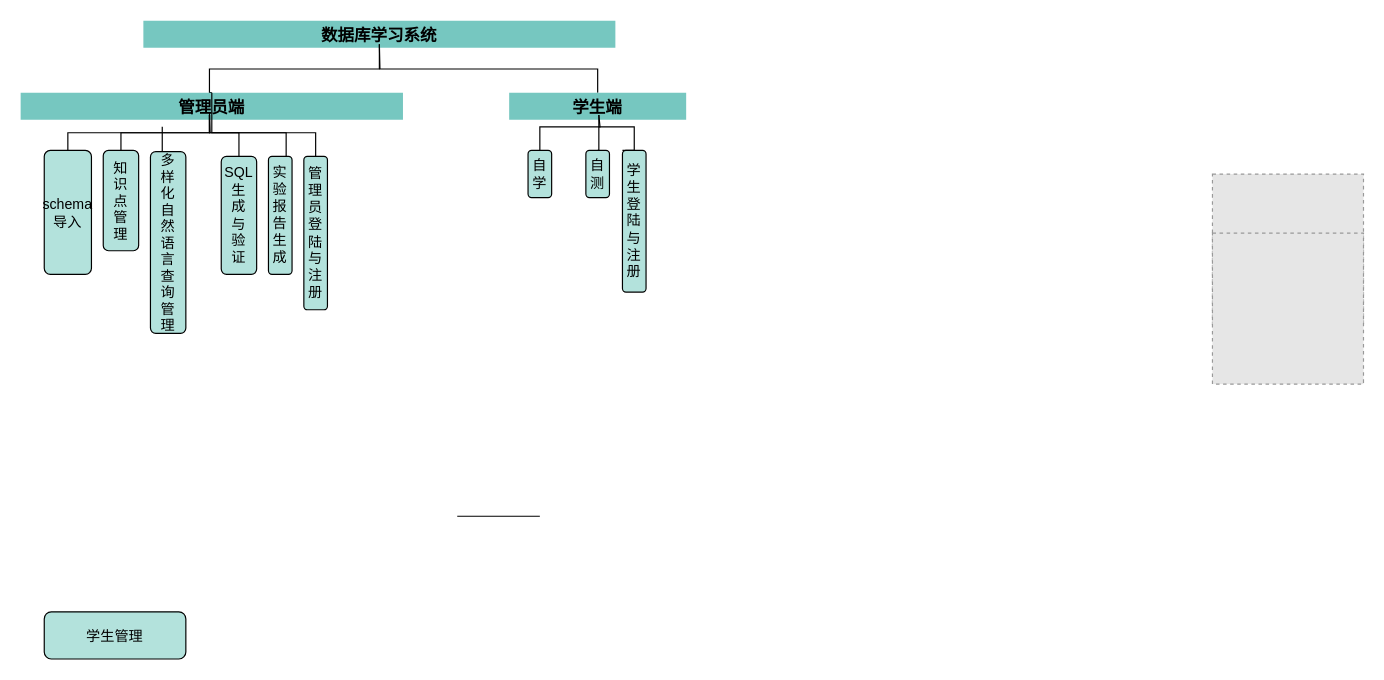
Above: draw/未命名绘图.drawio in White1943/sqlEduFB (draw.io), before the change. Source tidied: cells renumbered, new cells numbered last; positions are measured from the earlier drawing's top-left corner, leaving out a move shared by most shapes. Both pictures are drawn from the tidied source at 118%, with x=0, y=0 at pixel (20, 20). Pictures stored in the file or linked from it are replaced by grey dashed boxes.
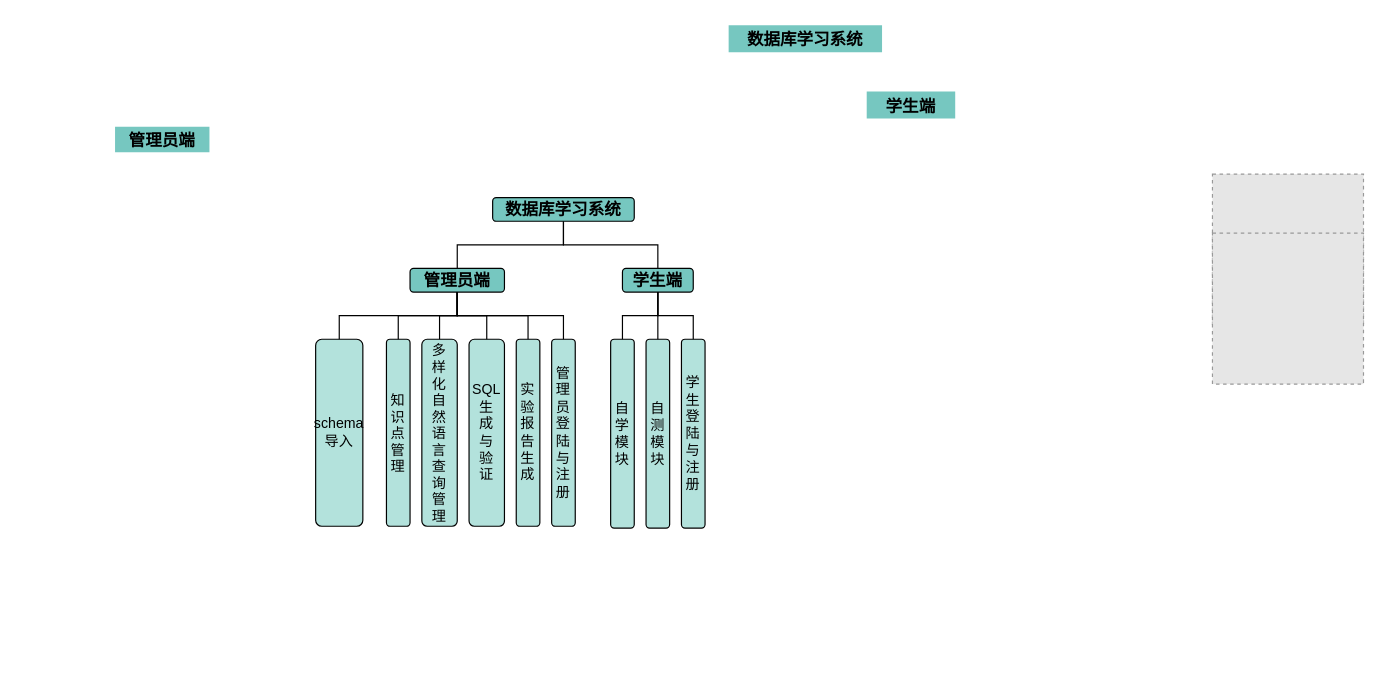
Above is the later version.

Commit message:
更新未命名绘图.drawio

The edit, as a diff of the source:
```diff
@@
     <mxCell id="2" value="数据库学习系统" style="swimlane;fontSize=14;fillColor=#76c7c0;strokeColor=none;" parent="1" vertex="1">
-      <mxGeometry x="104" width="400" height="441" as="geometry" />
+      <mxGeometry x="600" y="3.8" width="130" height="441" as="geometry" />
     </mxCell>
-    <mxCell id="3" style="edgeStyle=orthogonalEdgeStyle;rounded=0;jettySize=auto;html=1;exitX=0.5;exitY=0;exitDx=0;exitDy=0;endArrow=none;startFill=0;" parent="2" edge="1" source="4">
-      <mxGeometry relative="1" as="geometry">
-        <mxPoint x="200" y="20" as="targetPoint" />
-        <Array as="points">
-          <mxPoint x="56" y="61" />
-          <mxPoint x="56" y="41" />
-          <mxPoint x="200" y="41" />
-        </Array>
-      </mxGeometry>
-    </mxCell>
+    <mxCell id="27" style="fillColor=#E6E6E6;strokeColor=#999999;dashed=1;verticalLabelPosition=bottom;labelBackgroundColor=default;verticalAlign=top;" parent="1" vertex="1">
+      <mxGeometry x="1010" y="130" width="128" height="128" as="geometry" />
+    </mxCell>
+    <mxCell id="28" style="fillColor=#E6E6E6;strokeColor=#999999;dashed=1;verticalLabelPosition=bottom;labelBackgroundColor=default;verticalAlign=top;" parent="1" vertex="1">
+      <mxGeometry x="1010" y="180" width="128" height="128" as="geometry" />
+    </mxCell>
+    <mxCell id="19" value="学生端" style="swimlane;fontSize=14;fillColor=#76c7c0;strokeColor=none;" parent="1" vertex="1">
+      <mxGeometry x="717" y="60" width="75" height="30" as="geometry" />
+    </mxCell>
-    <mxCell id="4" value="管理员端" style="swimlane;fontSize=14;fillColor=#76c7c0;strokeColor=none;startSize=23;" parent="2" vertex="1">
-      <mxGeometry x="-104" y="61" width="324" height="380" as="geometry" />
+    <mxCell id="4" value="管理员端" style="swimlane;fontSize=14;fillColor=#76c7c0;strokeColor=none;startSize=23;" parent="1" vertex="1">
+      <mxGeometry x="80" y="90" width="80" height="21.5" as="geometry" />
     </mxCell>
-    <mxCell id="5" style="edgeStyle=orthogonalEdgeStyle;rounded=0;jettySize=auto;html=1;exitX=0.5;exitY=0;exitDx=0;exitDy=0;endArrow=none;endFill=1;startFill=0;" parent="4" edge="1" source="6">
-      <mxGeometry relative="1" as="geometry">
-        <mxPoint x="120" y="29" as="targetPoint" />
-      </mxGeometry>
-    </mxCell>
-    <mxCell id="6" value="多&#10;样&#10;化&#10;自&#10;然&#10;语&#10;言&#10;查&#10;询&#10;管&#10;理" style="rounded=1;fillColor=#b3e2dc;" parent="4" vertex="1">
-      <mxGeometry x="110" y="50" width="30" height="154" as="geometry" />
-    </mxCell>
-    <mxCell id="7" style="edgeStyle=orthogonalEdgeStyle;rounded=0;jettySize=auto;html=1;exitX=0.5;exitY=0;exitDx=0;exitDy=0;endArrow=none;startFill=0;" parent="4" edge="1" source="8">
-      <mxGeometry relative="1" as="geometry">
-        <mxPoint x="160" y="16.5" as="targetPoint" />
-      </mxGeometry>
-    </mxCell>
-    <mxCell id="8" value="SQL&#10;生&#10;成&#10;与&#10;验&#10;证" style="rounded=1;fillColor=#b3e2dc;labelPosition=center;verticalLabelPosition=middle;align=center;verticalAlign=middle;horizontal=1;whiteSpace=wrap;" parent="4" vertex="1">
-      <mxGeometry x="170" y="54" width="30" height="100" as="geometry" />
+    <mxCell id="8" value="SQL&#10;生&#10;成&#10;与&#10;验&#10;证" style="rounded=1;fillColor=#b3e2dc;labelPosition=center;verticalLabelPosition=middle;align=center;verticalAlign=middle;horizontal=1;whiteSpace=wrap;" parent="1" vertex="1">
+      <mxGeometry x="380" y="270" width="30" height="158.5" as="geometry" />
     </mxCell>
-    <mxCell id="9" value="实&#10;验报告生成" style="rounded=1;fillColor=#b3e2dc;labelPosition=center;verticalLabelPosition=middle;align=center;verticalAlign=top;whiteSpace=wrap;textDirection=ltr;" parent="4" vertex="1">
-      <mxGeometry x="210" y="54" width="20" height="100" as="geometry" />
+    <mxCell id="9" value="实&#10;验报告生成" style="rounded=1;fillColor=#b3e2dc;labelPosition=center;verticalLabelPosition=middle;align=center;verticalAlign=middle;whiteSpace=wrap;" parent="1" vertex="1">
+      <mxGeometry x="420" y="270" width="20" height="158.5" as="geometry" />
     </mxCell>
-    <mxCell id="10" value="学生管理" style="rounded=1;fillColor=#b3e2dc;" parent="4" vertex="1">
-      <mxGeometry x="20" y="440" width="120" height="40" as="geometry" />
-    </mxCell>
-    <mxCell id="11" style="rounded=0;jettySize=auto;html=1;exitX=0.5;exitY=0;exitDx=0;exitDy=0;startArrow=none;startFill=0;endArrow=none;edgeStyle=elbowEdgeStyle;elbow=vertical;curved=0;" parent="4" edge="1" source="12">
-      <mxGeometry relative="1" as="geometry">
-        <mxPoint x="160" y="19" as="targetPoint" />
-      </mxGeometry>
-    </mxCell>
-    <mxCell id="12" value="知&#10;识&#10;点&#10;管&#10;理" style="rounded=1;fillColor=#b3e2dc;" parent="4" vertex="1">
-      <mxGeometry x="70" y="49" width="30" height="85" as="geometry" />
+    <mxCell id="12" value="知&#10;识&#10;点&#10;管&#10;理" style="rounded=1;fillColor=#b3e2dc;" parent="1" vertex="1">
+      <mxGeometry x="310" y="270" width="20" height="158.5" as="geometry" />
     </mxCell>
-    <mxCell id="13" style="edgeStyle=elbowEdgeStyle;rounded=0;jettySize=auto;html=1;exitX=0.5;exitY=1;exitDx=0;exitDy=0;endArrow=none;startFill=0;elbow=vertical;" parent="4" edge="1" source="14">
-      <mxGeometry relative="1" as="geometry">
-        <mxPoint x="160" y="19" as="targetPoint" />
-      </mxGeometry>
-    </mxCell>
-    <mxCell id="14" value="schema&#10;导入" style="rounded=1;fillColor=#b3e2dc;arcSize=13;direction=west;whiteSpace=wrap;" parent="4" vertex="1">
-      <mxGeometry x="20" y="49" width="40" height="105" as="geometry" />
+    <mxCell id="14" value="schema&#10;导入" style="rounded=1;fillColor=#b3e2dc;arcSize=13;direction=west;whiteSpace=wrap;" parent="1" vertex="1">
+      <mxGeometry x="250" y="270" width="40" height="158.5" as="geometry" />
     </mxCell>
-    <mxCell id="15" style="edgeStyle=orthogonalEdgeStyle;rounded=0;jettySize=auto;html=1;exitX=0.75;exitY=0;exitDx=0;exitDy=0;entryX=0.494;entryY=0.05;entryDx=0;entryDy=0;entryPerimeter=0;endArrow=none;startFill=0;" parent="4" edge="1" source="9" target="4">
-      <mxGeometry relative="1" as="geometry" />
-    </mxCell>
-    <mxCell id="16" style="edgeStyle=orthogonalEdgeStyle;rounded=0;jettySize=auto;html=1;exitX=0.5;exitY=0;exitDx=0;exitDy=0;endArrow=none;startFill=0;" parent="4" edge="1" source="17" target="4">
-      <mxGeometry relative="1" as="geometry" />
-    </mxCell>
-    <mxCell id="17" value="管理员登陆与注册" style="rounded=1;fillColor=#b3e2dc;whiteSpace=wrap;" parent="4" vertex="1">
-      <mxGeometry x="240" y="54" width="20" height="130" as="geometry" />
+    <mxCell id="17" value="管理员登陆与注册" style="rounded=1;fillColor=#b3e2dc;whiteSpace=wrap;" parent="1" vertex="1">
+      <mxGeometry x="450" y="270" width="20" height="158.5" as="geometry" />
     </mxCell>
-    <mxCell id="18" style="edgeStyle=orthogonalEdgeStyle;rounded=0;jettySize=auto;html=1;exitX=0.5;exitY=0;exitDx=0;exitDy=0;endArrow=none;startFill=0;" parent="2" edge="1" source="19">
-      <mxGeometry relative="1" as="geometry">
-        <mxPoint x="200" y="20" as="targetPoint" />
-      </mxGeometry>
-    </mxCell>
-    <mxCell id="19" value="学生端" style="swimlane;fontSize=14;fillColor=#76c7c0;strokeColor=none;" parent="2" vertex="1">
-      <mxGeometry x="310" y="61" width="150" height="280" as="geometry" />
-    </mxCell>
+    <mxCell id="6" value="多&#10;样&#10;化&#10;自&#10;然&#10;语&#10;言&#10;查&#10;询&#10;管&#10;理" style="rounded=1;fillColor=#b3e2dc;" parent="1" vertex="1">
+      <mxGeometry x="340" y="270" width="30" height="158.5" as="geometry" />
+    </mxCell>
-    <mxCell id="20" value="学生登陆与注册" style="rounded=1;fillColor=#b3e2dc;whiteSpace=wrap;" parent="19" vertex="1">
-      <mxGeometry x="96" y="49" width="20" height="120" as="geometry" />
+    <mxCell id="20" value="学生登陆与注册" style="rounded=1;fillColor=#b3e2dc;whiteSpace=wrap;" parent="1" vertex="1">
+      <mxGeometry x="560" y="270" width="20" height="160" as="geometry" />
     </mxCell>
-    <mxCell id="21" style="edgeStyle=orthogonalEdgeStyle;rounded=0;jettySize=auto;html=1;exitX=0.5;exitY=0;exitDx=0;exitDy=0;endArrow=none;startFill=0;" parent="19" edge="1" source="22">
-      <mxGeometry relative="1" as="geometry">
-        <mxPoint x="76" y="19" as="targetPoint" />
-        <Array as="points">
-          <mxPoint x="26" y="29" />
-          <mxPoint x="77" y="29" />
-        </Array>
-      </mxGeometry>
-    </mxCell>
+    <mxCell id="24" value="自测模块" style="rounded=1;fillColor=#b3e2dc;whiteSpace=wrap;" parent="1" vertex="1">
+      <mxGeometry x="530" y="270" width="20" height="160" as="geometry" />
+    </mxCell>
-    <mxCell id="22" value="自学" style="rounded=1;fillColor=#b3e2dc;whiteSpace=wrap;" parent="19" vertex="1">
-      <mxGeometry x="16" y="49" width="20" height="40" as="geometry" />
+    <mxCell id="22" value="自学模块" style="rounded=1;fillColor=#b3e2dc;whiteSpace=wrap;" parent="1" vertex="1">
+      <mxGeometry x="500" y="270" width="20" height="160" as="geometry" />
     </mxCell>
-    <mxCell id="23" style="edgeStyle=orthogonalEdgeStyle;rounded=0;jettySize=auto;html=1;exitX=0.5;exitY=0;exitDx=0;exitDy=0;endArrow=none;startFill=0;" parent="19" edge="1" source="24">
-      <mxGeometry relative="1" as="geometry">
-        <mxPoint x="76" y="19" as="targetPoint" />
-      </mxGeometry>
-    </mxCell>
-    <mxCell id="24" value="自测" style="rounded=1;fillColor=#b3e2dc;whiteSpace=wrap;" parent="19" vertex="1">
-      <mxGeometry x="65" y="49" width="20" height="40" as="geometry" />
-    </mxCell>
-    <mxCell id="25" style="edgeStyle=orthogonalEdgeStyle;rounded=0;jettySize=auto;html=1;exitX=0;exitY=0;exitDx=0;exitDy=0;endArrow=none;startFill=0;" parent="19" edge="1" source="20">
-      <mxGeometry relative="1" as="geometry">
-        <mxPoint x="76" y="29" as="targetPoint" />
-        <Array as="points">
-          <mxPoint x="106" y="29" />
-        </Array>
-      </mxGeometry>
-    </mxCell>
-    <mxCell id="26" style="edgeStyle=none;orthogonalLoop=1;jettySize=auto;html=1;rounded=0;endArrow=none;startFill=0;" parent="2" edge="1">
-      <mxGeometry relative="1" as="geometry">
-        <mxPoint x="286" y="420" as="sourcePoint" />
-        <mxPoint x="266" y="420" as="targetPoint" />
-        <Array as="points">
-          <mxPoint x="336" y="420" />
-        </Array>
-      </mxGeometry>
-    </mxCell>
-    <mxCell id="27" style="fillColor=#E6E6E6;strokeColor=#999999;dashed=1;verticalLabelPosition=bottom;labelBackgroundColor=default;verticalAlign=top;" parent="1" vertex="1">
-      <mxGeometry x="1010" y="130" width="128" height="128" as="geometry" />
-    </mxCell>
-    <mxCell id="28" style="fillColor=#E6E6E6;strokeColor=#999999;dashed=1;verticalLabelPosition=bottom;labelBackgroundColor=default;verticalAlign=top;" parent="1" vertex="1">
-      <mxGeometry x="1010" y="180" width="128" height="128" as="geometry" />
-    </mxCell>
+    <mxCell id="29" style="edgeStyle=orthogonalEdgeStyle;rounded=0;jettySize=auto;html=1;exitX=0.5;exitY=1;exitDx=0;exitDy=0;entryX=0.5;entryY=1;entryDx=0;entryDy=0;endArrow=none;startFill=0;" parent="1" edge="1" source="35" target="14">
+      <mxGeometry relative="1" as="geometry" />
+    </mxCell>
+    <mxCell id="30" style="edgeStyle=orthogonalEdgeStyle;rounded=0;jettySize=auto;html=1;exitX=0.5;exitY=1;exitDx=0;exitDy=0;strokeColor=default;align=center;verticalAlign=middle;fontFamily=Helvetica;fontSize=11;fontColor=default;labelBackgroundColor=default;startFill=0;endArrow=none;" parent="1" edge="1" source="35" target="12">
+      <mxGeometry relative="1" as="geometry" />
+    </mxCell>
+    <mxCell id="31" style="edgeStyle=orthogonalEdgeStyle;rounded=0;jettySize=auto;html=1;exitX=0.5;exitY=1;exitDx=0;exitDy=0;entryX=0.5;entryY=0;entryDx=0;entryDy=0;strokeColor=default;align=center;verticalAlign=middle;fontFamily=Helvetica;fontSize=11;fontColor=default;labelBackgroundColor=default;startFill=0;endArrow=none;" parent="1" edge="1" source="35" target="6">
+      <mxGeometry relative="1" as="geometry" />
+    </mxCell>
+    <mxCell id="32" style="edgeStyle=orthogonalEdgeStyle;rounded=0;jettySize=auto;html=1;exitX=0.5;exitY=1;exitDx=0;exitDy=0;strokeColor=default;align=center;verticalAlign=middle;fontFamily=Helvetica;fontSize=11;fontColor=default;labelBackgroundColor=default;startFill=0;endArrow=none;" parent="1" edge="1" source="35" target="8">
+      <mxGeometry relative="1" as="geometry" />
+    </mxCell>
+    <mxCell id="33" style="edgeStyle=orthogonalEdgeStyle;rounded=0;jettySize=auto;html=1;exitX=0.5;exitY=1;exitDx=0;exitDy=0;strokeColor=default;align=center;verticalAlign=middle;fontFamily=Helvetica;fontSize=11;fontColor=default;labelBackgroundColor=default;startFill=0;endArrow=none;" parent="1" edge="1" source="35" target="9">
+      <mxGeometry relative="1" as="geometry" />
+    </mxCell>
+    <mxCell id="34" style="edgeStyle=orthogonalEdgeStyle;rounded=0;jettySize=auto;html=1;exitX=0.5;exitY=1;exitDx=0;exitDy=0;strokeColor=default;align=center;verticalAlign=middle;fontFamily=Helvetica;fontSize=11;fontColor=default;labelBackgroundColor=default;startFill=0;endArrow=none;" parent="1" edge="1" source="35" target="17">
+      <mxGeometry relative="1" as="geometry" />
+    </mxCell>
+    <mxCell id="35" value="管理员端" style="rounded=1;whiteSpace=wrap;html=1;align=center;verticalAlign=middle;fontFamily=Helvetica;fontSize=14;fontColor=default;fontStyle=1;fillColor=#76c7c0;" parent="1" vertex="1">
+      <mxGeometry x="330" y="210" width="80" height="20" as="geometry" />
+    </mxCell>
+    <mxCell id="36" style="edgeStyle=orthogonalEdgeStyle;rounded=0;jettySize=auto;html=1;exitX=0.5;exitY=1;exitDx=0;exitDy=0;entryX=0.5;entryY=0;entryDx=0;entryDy=0;strokeColor=default;align=center;verticalAlign=middle;fontFamily=Helvetica;fontSize=11;fontColor=default;labelBackgroundColor=default;startFill=0;endArrow=none;" parent="1" edge="1" source="39" target="24">
+      <mxGeometry relative="1" as="geometry" />
+    </mxCell>
+    <mxCell id="37" style="edgeStyle=orthogonalEdgeStyle;rounded=0;jettySize=auto;html=1;exitX=0.5;exitY=1;exitDx=0;exitDy=0;entryX=0.5;entryY=0;entryDx=0;entryDy=0;strokeColor=default;align=center;verticalAlign=middle;fontFamily=Helvetica;fontSize=11;fontColor=default;labelBackgroundColor=default;startFill=0;endArrow=none;" parent="1" edge="1" source="39" target="22">
+      <mxGeometry relative="1" as="geometry" />
+    </mxCell>
+    <mxCell id="38" style="edgeStyle=orthogonalEdgeStyle;rounded=0;jettySize=auto;html=1;exitX=0.5;exitY=1;exitDx=0;exitDy=0;entryX=0.5;entryY=0;entryDx=0;entryDy=0;strokeColor=default;align=center;verticalAlign=middle;fontFamily=Helvetica;fontSize=11;fontColor=default;labelBackgroundColor=default;startFill=0;endArrow=none;" parent="1" edge="1" source="39" target="20">
+      <mxGeometry relative="1" as="geometry" />
+    </mxCell>
+    <mxCell id="39" value="学生端" style="rounded=1;whiteSpace=wrap;html=1;align=center;verticalAlign=middle;fontFamily=Helvetica;fontSize=14;fontColor=default;fontStyle=1;fillColor=#76c7c0;" parent="1" vertex="1">
+      <mxGeometry x="510" y="210" width="60" height="20" as="geometry" />
+    </mxCell>
+    <mxCell id="40" style="edgeStyle=orthogonalEdgeStyle;rounded=0;jettySize=auto;html=1;exitX=0.5;exitY=1;exitDx=0;exitDy=0;endArrow=none;startFill=0;" parent="1" edge="1" source="42" target="35">
+      <mxGeometry relative="1" as="geometry" />
+    </mxCell>
+    <mxCell id="41" style="edgeStyle=orthogonalEdgeStyle;rounded=0;jettySize=auto;html=1;exitX=0.5;exitY=1;exitDx=0;exitDy=0;entryX=0.5;entryY=0;entryDx=0;entryDy=0;endArrow=none;startFill=0;" parent="1" edge="1" source="42" target="39">
+      <mxGeometry relative="1" as="geometry" />
+    </mxCell>
+    <mxCell id="42" value="数据库学习系统" style="rounded=1;whiteSpace=wrap;html=1;align=center;verticalAlign=middle;fontFamily=Helvetica;fontSize=14;fontColor=default;fontStyle=1;fillColor=#76c7c0;" parent="1" vertex="1">
+      <mxGeometry x="400" y="150" width="120" height="20" as="geometry" />
+    </mxCell>
```
